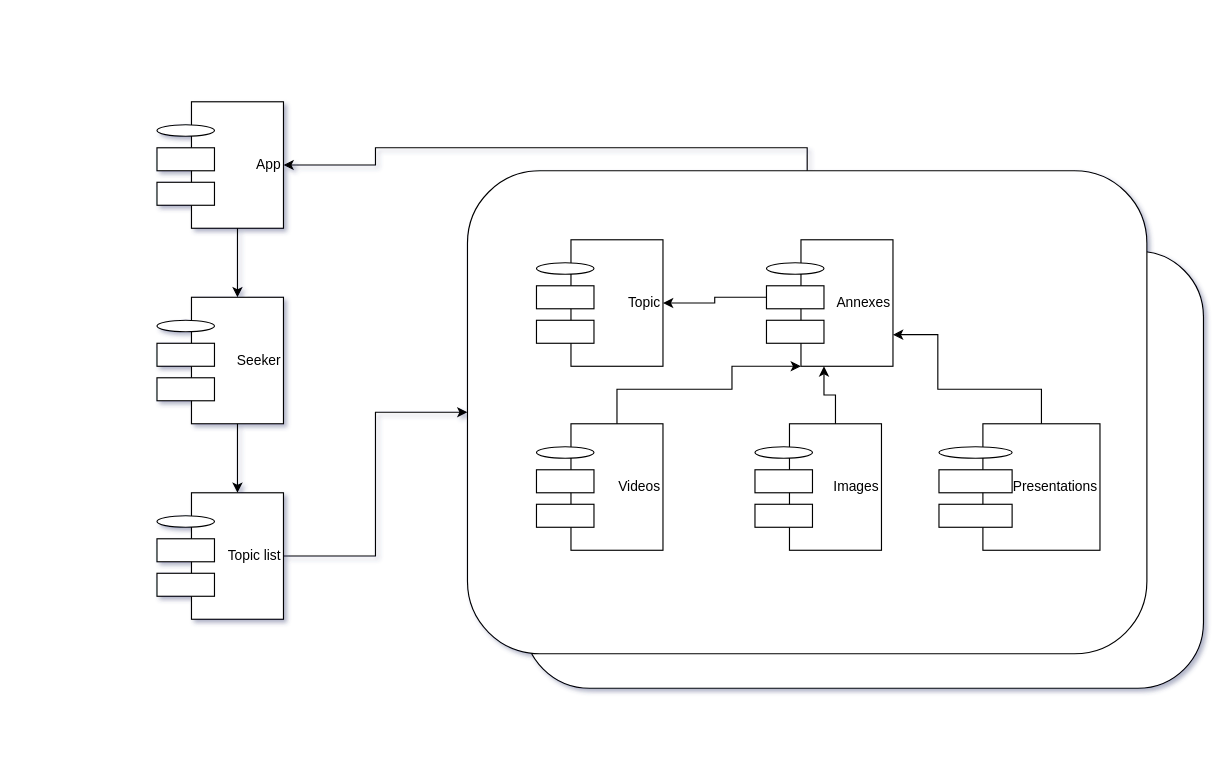
Dany305/Analisis-Avanzado-de-Software keeps this draw.io diagram as diagramas/componente4+1.drawio. Above is the earlier version. Source tidied: cells renumbered, new cells numbered last; positions are measured from the earlier drawing's top-left corner, leaving out a move shared by most shapes. Both pictures are drawn from the tidied source at 115%, with x=0, y=0 at pixel (156, 101). Pictures stored in the file or linked from it are replaced by grey dashed boxes.
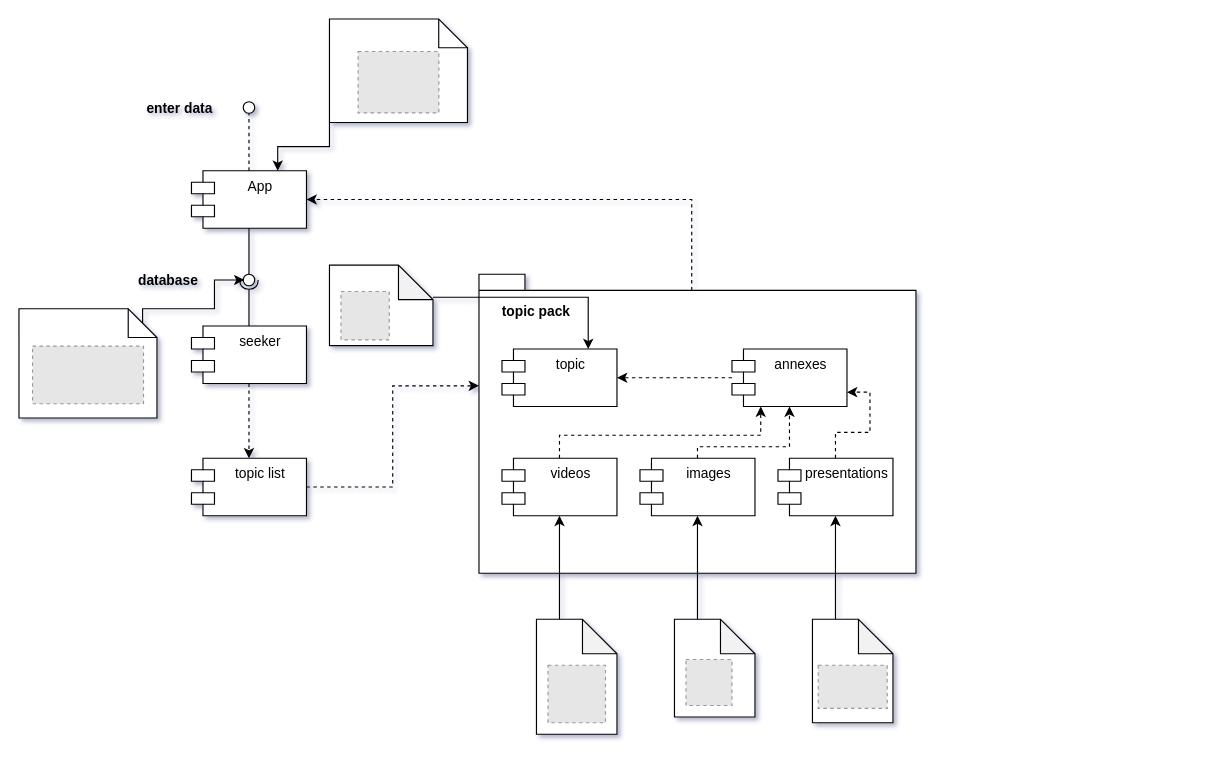
The same diagram, later.

Change to the diagram source:
```diff
@@
-    <mxCell id="2" style="group;" parent="1" vertex="1">
-      <mxGeometry x="270" y="60" width="640" height="490" as="geometry" />
-    </mxCell>
-    <mxCell id="3" style="rounded=1;whiteSpace=wrap;html=1;shadow=0;glass=0;labelBackgroundColor=none;sketch=0;gradientColor=none;" parent="2" vertex="1">
-      <mxGeometry x="49.2" y="70" width="590.8" height="380" as="geometry" />
-    </mxCell>
-    <mxCell id="4" style="rounded=1;whiteSpace=wrap;html=1;shadow=0;glass=0;labelBackgroundColor=none;sketch=0;gradientColor=none;" parent="2" vertex="1">
-      <mxGeometry width="590.8" height="420" as="geometry" />
-    </mxCell>
-    <mxCell id="5" style="group;" parent="1" vertex="1">
-      <mxGeometry width="110" height="110" as="geometry" />
-    </mxCell>
-    <mxCell id="6" value="App&lt;div&gt;&lt;/div&gt;" style="rounded=0;whiteSpace=wrap;html=1;align=right;" parent="5" vertex="1">
-      <mxGeometry x="30" width="80" height="110" as="geometry" />
-    </mxCell>
-    <mxCell id="7" style="ellipse;whiteSpace=wrap;html=1;" parent="5" vertex="1">
-      <mxGeometry y="20" width="50" height="10" as="geometry" />
-    </mxCell>
-    <mxCell id="8" style="rounded=0;whiteSpace=wrap;html=1;" parent="5" vertex="1">
-      <mxGeometry y="40" width="50" height="20" as="geometry" />
-    </mxCell>
-    <mxCell id="9" style="rounded=0;whiteSpace=wrap;html=1;" parent="5" vertex="1">
-      <mxGeometry y="70" width="50" height="20" as="geometry" />
-    </mxCell>
-    <mxCell id="10" style="group;" parent="1" vertex="1">
-      <mxGeometry y="170" width="110" height="110" as="geometry" />
-    </mxCell>
-    <mxCell id="11" value="Seeker&lt;div&gt;&lt;/div&gt;" style="rounded=0;whiteSpace=wrap;html=1;align=right;" parent="10" vertex="1">
-      <mxGeometry x="30" width="80" height="110" as="geometry" />
-    </mxCell>
-    <mxCell id="12" style="ellipse;whiteSpace=wrap;html=1;" parent="10" vertex="1">
-      <mxGeometry y="20" width="50" height="10" as="geometry" />
-    </mxCell>
-    <mxCell id="13" style="rounded=0;whiteSpace=wrap;html=1;" parent="10" vertex="1">
-      <mxGeometry y="40" width="50" height="20" as="geometry" />
-    </mxCell>
-    <mxCell id="14" style="rounded=0;whiteSpace=wrap;html=1;" parent="10" vertex="1">
-      <mxGeometry y="70" width="50" height="20" as="geometry" />
-    </mxCell>
-    <mxCell id="15" style="group;" parent="1" vertex="1">
-      <mxGeometry y="340" width="110" height="110" as="geometry" />
-    </mxCell>
-    <mxCell id="16" value="Topic list&lt;div&gt;&lt;/div&gt;" style="rounded=0;whiteSpace=wrap;html=1;align=right;" parent="15" vertex="1">
-      <mxGeometry x="30" width="80" height="110" as="geometry" />
-    </mxCell>
-    <mxCell id="17" style="ellipse;whiteSpace=wrap;html=1;" parent="15" vertex="1">
-      <mxGeometry y="20" width="50" height="10" as="geometry" />
-    </mxCell>
-    <mxCell id="18" style="rounded=0;whiteSpace=wrap;html=1;" parent="15" vertex="1">
-      <mxGeometry y="40" width="50" height="20" as="geometry" />
-    </mxCell>
-    <mxCell id="19" style="rounded=0;whiteSpace=wrap;html=1;" parent="15" vertex="1">
-      <mxGeometry y="70" width="50" height="20" as="geometry" />
-    </mxCell>
-    <mxCell id="20" style="group;" parent="1" vertex="1">
-      <mxGeometry x="330" y="120" width="110" height="110" as="geometry" />
-    </mxCell>
-    <mxCell id="21" value="Topic&lt;div&gt;&lt;/div&gt;" style="rounded=0;whiteSpace=wrap;html=1;align=right;" parent="20" vertex="1">
-      <mxGeometry x="30" width="80" height="110" as="geometry" />
-    </mxCell>
-    <mxCell id="22" style="ellipse;whiteSpace=wrap;html=1;" parent="20" vertex="1">
-      <mxGeometry y="20" width="50" height="10" as="geometry" />
-    </mxCell>
-    <mxCell id="23" style="rounded=0;whiteSpace=wrap;html=1;" parent="20" vertex="1">
-      <mxGeometry y="40" width="50" height="20" as="geometry" />
-    </mxCell>
-    <mxCell id="24" style="rounded=0;whiteSpace=wrap;html=1;" parent="20" vertex="1">
-      <mxGeometry y="70" width="50" height="20" as="geometry" />
-    </mxCell>
-    <mxCell id="25" style="group;" parent="1" vertex="1">
-      <mxGeometry x="530" y="120" width="110" height="110" as="geometry" />
-    </mxCell>
-    <mxCell id="26" value="Annexes&lt;div&gt;&lt;/div&gt;" style="rounded=0;whiteSpace=wrap;html=1;align=right;" parent="25" vertex="1">
-      <mxGeometry x="30" width="80" height="110" as="geometry" />
-    </mxCell>
-    <mxCell id="27" style="ellipse;whiteSpace=wrap;html=1;" parent="25" vertex="1">
-      <mxGeometry y="20" width="50" height="10" as="geometry" />
-    </mxCell>
-    <mxCell id="28" style="rounded=0;whiteSpace=wrap;html=1;" parent="25" vertex="1">
-      <mxGeometry y="40" width="50" height="20" as="geometry" />
-    </mxCell>
-    <mxCell id="29" style="rounded=0;whiteSpace=wrap;html=1;" parent="25" vertex="1">
-      <mxGeometry y="70" width="50" height="20" as="geometry" />
-    </mxCell>
-    <mxCell id="30" style="group;" parent="1" vertex="1">
-      <mxGeometry x="330" y="280" width="110" height="110" as="geometry" />
-    </mxCell>
-    <mxCell id="31" value="Videos&lt;div&gt;&lt;/div&gt;" style="rounded=0;whiteSpace=wrap;html=1;align=right;" parent="30" vertex="1">
-      <mxGeometry x="30" width="80" height="110" as="geometry" />
-    </mxCell>
-    <mxCell id="32" style="ellipse;whiteSpace=wrap;html=1;" parent="30" vertex="1">
-      <mxGeometry y="20" width="50" height="10" as="geometry" />
-    </mxCell>
-    <mxCell id="33" style="rounded=0;whiteSpace=wrap;html=1;" parent="30" vertex="1">
-      <mxGeometry y="40" width="50" height="20" as="geometry" />
-    </mxCell>
-    <mxCell id="34" style="rounded=0;whiteSpace=wrap;html=1;" parent="30" vertex="1">
-      <mxGeometry y="70" width="50" height="20" as="geometry" />
-    </mxCell>
-    <mxCell id="35" style="group;" parent="1" vertex="1">
-      <mxGeometry x="520" y="280" width="110" height="110" as="geometry" />
-    </mxCell>
-    <mxCell id="36" value="Images&lt;div&gt;&lt;/div&gt;" style="rounded=0;whiteSpace=wrap;html=1;align=right;" parent="35" vertex="1">
-      <mxGeometry x="30" width="80" height="110" as="geometry" />
-    </mxCell>
-    <mxCell id="37" style="ellipse;whiteSpace=wrap;html=1;" parent="35" vertex="1">
-      <mxGeometry y="20" width="50" height="10" as="geometry" />
-    </mxCell>
-    <mxCell id="38" style="rounded=0;whiteSpace=wrap;html=1;" parent="35" vertex="1">
-      <mxGeometry y="40" width="50" height="20" as="geometry" />
-    </mxCell>
-    <mxCell id="39" style="rounded=0;whiteSpace=wrap;html=1;" parent="35" vertex="1">
-      <mxGeometry y="70" width="50" height="20" as="geometry" />
-    </mxCell>
-    <mxCell id="40" style="group;" parent="1" vertex="1">
-      <mxGeometry x="680" y="280" width="140" height="110" as="geometry" />
-    </mxCell>
-    <mxCell id="41" value="Presentations&lt;div&gt;&lt;/div&gt;" style="rounded=0;whiteSpace=wrap;html=1;align=right;" parent="40" vertex="1">
-      <mxGeometry x="38.2" width="101.8" height="110" as="geometry" />
-    </mxCell>
-    <mxCell id="42" style="ellipse;whiteSpace=wrap;html=1;" parent="40" vertex="1">
-      <mxGeometry y="20" width="63.6" height="10" as="geometry" />
-    </mxCell>
-    <mxCell id="43" style="rounded=0;whiteSpace=wrap;html=1;" parent="40" vertex="1">
-      <mxGeometry y="40" width="63.6" height="20" as="geometry" />
-    </mxCell>
-    <mxCell id="44" style="rounded=0;whiteSpace=wrap;html=1;" parent="40" vertex="1">
-      <mxGeometry y="70" width="63.6" height="20" as="geometry" />
-    </mxCell>
-    <mxCell id="45" style="edgeStyle=orthogonalEdgeStyle;rounded=0;jettySize=auto;html=1;entryX=0.5;entryY=0;entryDx=0;entryDy=0;" parent="1" edge="1" source="6" target="11">
-      <mxGeometry relative="1" as="geometry" />
-    </mxCell>
-    <mxCell id="46" style="edgeStyle=orthogonalEdgeStyle;rounded=0;jettySize=auto;html=1;" parent="1" edge="1" source="11" target="16">
-      <mxGeometry relative="1" as="geometry" />
-    </mxCell>
-    <mxCell id="47" style="edgeStyle=orthogonalEdgeStyle;rounded=0;jettySize=auto;html=1;entryX=1;entryY=0.5;entryDx=0;entryDy=0;" parent="1" edge="1" source="28" target="21">
-      <mxGeometry relative="1" as="geometry" />
-    </mxCell>
-    <mxCell id="48" style="edgeStyle=orthogonalEdgeStyle;rounded=0;jettySize=auto;html=1;entryX=0;entryY=1;entryDx=0;entryDy=0;" parent="1" edge="1" source="31" target="26">
-      <mxGeometry relative="1" as="geometry">
-        <Array as="points">
-          <mxPoint x="400" y="250" />
-          <mxPoint x="500" y="250" />
-          <mxPoint x="500" y="230" />
-        </Array>
-      </mxGeometry>
-    </mxCell>
-    <mxCell id="49" style="edgeStyle=orthogonalEdgeStyle;rounded=0;jettySize=auto;html=1;entryX=0.25;entryY=1;entryDx=0;entryDy=0;" parent="1" edge="1" source="36" target="26">
-      <mxGeometry relative="1" as="geometry" />
-    </mxCell>
-    <mxCell id="50" style="edgeStyle=orthogonalEdgeStyle;rounded=0;jettySize=auto;html=1;entryX=1;entryY=0.75;entryDx=0;entryDy=0;" parent="1" edge="1" source="41" target="26">
-      <mxGeometry relative="1" as="geometry">
-        <Array as="points">
-          <mxPoint x="769" y="250" />
-          <mxPoint x="679" y="250" />
-          <mxPoint x="679" y="203" />
-        </Array>
-      </mxGeometry>
-    </mxCell>
-    <mxCell id="51" style="edgeStyle=orthogonalEdgeStyle;rounded=0;jettySize=auto;html=1;entryX=0;entryY=0.5;entryDx=0;entryDy=0;" parent="1" edge="1" source="16" target="4">
-      <mxGeometry relative="1" as="geometry" />
-    </mxCell>
-    <mxCell id="52" style="edgeStyle=orthogonalEdgeStyle;rounded=0;jettySize=auto;html=1;exitX=0.5;exitY=0;exitDx=0;exitDy=0;entryX=1;entryY=0.5;entryDx=0;entryDy=0;" parent="1" edge="1" source="4" target="6">
-      <mxGeometry relative="1" as="geometry" />
+    <mxCell id="52" value="App" style="shape=module;align=left;spacingLeft=20;align=center;verticalAlign=top;" parent="1" vertex="1">
+      <mxGeometry x="30" y="60" width="100" height="50" as="geometry" />
     </mxCell>
+    <mxCell id="53" style="edgeStyle=orthogonalEdgeStyle;rounded=0;jettySize=auto;html=1;entryX=0.5;entryY=0;entryDx=0;entryDy=0;dashed=1;" parent="1" edge="1" source="54" target="58">
+      <mxGeometry relative="1" as="geometry" />
+    </mxCell>
+    <mxCell id="54" value="seeker" style="shape=module;align=left;spacingLeft=20;align=center;verticalAlign=top;" parent="1" vertex="1">
+      <mxGeometry x="30" y="195" width="100" height="50" as="geometry" />
+    </mxCell>
+    <mxCell id="55" style="edgeStyle=orthogonalEdgeStyle;rounded=0;jettySize=auto;html=1;entryX=1;entryY=0.5;entryDx=0;entryDy=0;exitX=0;exitY=0;exitDx=185;exitDy=14;exitPerimeter=0;dashed=1;" parent="1" edge="1" source="56" target="52">
+      <mxGeometry relative="1" as="geometry">
+        <Array as="points">
+          <mxPoint x="465" y="85" />
+        </Array>
+      </mxGeometry>
+    </mxCell>
+    <mxCell id="56" style="shape=folder;fontStyle=1;spacingTop=10;tabWidth=40;tabHeight=14;tabPosition=left;html=1;align=left;" parent="1" vertex="1">
+      <mxGeometry x="280" y="150" width="380" height="260" as="geometry" />
+    </mxCell>
+    <mxCell id="57" style="edgeStyle=orthogonalEdgeStyle;rounded=0;jettySize=auto;html=1;entryX=0;entryY=0;entryDx=0;entryDy=97;entryPerimeter=0;dashed=1;" parent="1" edge="1" source="58" target="56">
+      <mxGeometry relative="1" as="geometry" />
+    </mxCell>
+    <mxCell id="58" value="topic list" style="shape=module;align=left;spacingLeft=20;align=center;verticalAlign=top;" parent="1" vertex="1">
+      <mxGeometry x="30" y="310" width="100" height="50" as="geometry" />
+    </mxCell>
+    <mxCell id="59" value="topic" style="shape=module;align=left;spacingLeft=20;align=center;verticalAlign=top;" parent="1" vertex="1">
+      <mxGeometry x="300" y="215" width="100" height="50" as="geometry" />
+    </mxCell>
+    <mxCell id="60" style="edgeStyle=orthogonalEdgeStyle;rounded=0;jettySize=auto;html=1;entryX=1;entryY=0.5;entryDx=0;entryDy=0;dashed=1;" parent="1" edge="1" source="61" target="59">
+      <mxGeometry relative="1" as="geometry" />
+    </mxCell>
+    <mxCell id="61" value="annexes" style="shape=module;align=left;spacingLeft=20;align=center;verticalAlign=top;" parent="1" vertex="1">
+      <mxGeometry x="500" y="215" width="100" height="50" as="geometry" />
+    </mxCell>
+    <mxCell id="62" style="rounded=0;jettySize=auto;html=1;endArrow=none;endFill=0;exitX=0.5;exitY=1;exitDx=0;exitDy=0;" parent="1" edge="1" source="52" target="64">
+      <mxGeometry relative="1" as="geometry" />
+    </mxCell>
+    <mxCell id="63" style="rounded=0;jettySize=auto;html=1;endArrow=halfCircle;endFill=0;entryX=0.5;entryY=0.5;entryDx=0;entryDy=0;endSize=6;strokeWidth=1;exitX=0.5;exitY=0;exitDx=0;exitDy=0;" parent="1" edge="1" source="54" target="64">
+      <mxGeometry relative="1" as="geometry" />
+    </mxCell>
+    <mxCell id="64" style="ellipse;whiteSpace=wrap;html=1;fontFamily=Helvetica;fontSize=12;fontColor=#000000;align=center;strokeColor=#000000;fillColor=#ffffff;points=[];" parent="1" vertex="1">
+      <mxGeometry x="75" y="150" width="10" height="10" as="geometry" />
+    </mxCell>
+    <mxCell id="65" value="topic pack" style="text;align=center;fontStyle=1;verticalAlign=middle;spacingLeft=3;spacingRight=3;strokeColor=none;" parent="1" vertex="1">
+      <mxGeometry x="290" y="169" width="80" height="26" as="geometry" />
+    </mxCell>
+    <mxCell id="66" style="rounded=0;jettySize=auto;html=1;endArrow=none;endFill=0;dashed=1;exitX=0.5;exitY=0;exitDx=0;exitDy=0;" parent="1" edge="1" source="52" target="67">
+      <mxGeometry relative="1" as="geometry" />
+    </mxCell>
+    <mxCell id="67" style="ellipse;whiteSpace=wrap;html=1;fontFamily=Helvetica;fontSize=12;fontColor=#000000;align=center;strokeColor=#000000;fillColor=#ffffff;points=[];" parent="1" vertex="1">
+      <mxGeometry x="75" width="10" height="10" as="geometry" />
+    </mxCell>
+    <mxCell id="68" value="enter data" style="text;align=center;fontStyle=1;verticalAlign=middle;spacingLeft=3;spacingRight=3;strokeColor=none;" parent="1" vertex="1">
+      <mxGeometry x="-20" y="-8" width="80" height="26" as="geometry" />
+    </mxCell>
+    <mxCell id="69" value="database" style="text;align=center;fontStyle=1;verticalAlign=middle;spacingLeft=3;spacingRight=3;strokeColor=none;" parent="1" vertex="1">
+      <mxGeometry x="-30" y="142" width="80" height="26" as="geometry" />
+    </mxCell>
+    <mxCell id="70" style="edgeStyle=orthogonalEdgeStyle;rounded=0;jettySize=auto;html=1;entryX=0.25;entryY=1;entryDx=0;entryDy=0;dashed=1;" parent="1" edge="1" source="71" target="61">
+      <mxGeometry relative="1" as="geometry">
+        <Array as="points">
+          <mxPoint x="350" y="290" />
+          <mxPoint x="525" y="290" />
+        </Array>
+      </mxGeometry>
+    </mxCell>
+    <mxCell id="71" value="videos" style="shape=module;align=left;spacingLeft=20;align=center;verticalAlign=top;" parent="1" vertex="1">
+      <mxGeometry x="300" y="310" width="100" height="50" as="geometry" />
+    </mxCell>
+    <mxCell id="72" style="edgeStyle=orthogonalEdgeStyle;rounded=0;jettySize=auto;html=1;entryX=0.5;entryY=1;entryDx=0;entryDy=0;dashed=1;" parent="1" edge="1" source="73" target="61">
+      <mxGeometry relative="1" as="geometry">
+        <Array as="points">
+          <mxPoint x="470" y="300" />
+          <mxPoint x="550" y="300" />
+        </Array>
+      </mxGeometry>
+    </mxCell>
+    <mxCell id="73" value="images" style="shape=module;align=left;spacingLeft=20;align=center;verticalAlign=top;" parent="1" vertex="1">
+      <mxGeometry x="420" y="310" width="100" height="50" as="geometry" />
+    </mxCell>
+    <mxCell id="74" style="edgeStyle=orthogonalEdgeStyle;rounded=0;jettySize=auto;html=1;entryX=1;entryY=0.75;entryDx=0;entryDy=0;dashed=1;" parent="1" edge="1" source="75" target="61">
+      <mxGeometry relative="1" as="geometry" />
+    </mxCell>
+    <mxCell id="75" value="presentations" style="shape=module;align=left;spacingLeft=20;align=center;verticalAlign=top;" parent="1" vertex="1">
+      <mxGeometry x="540" y="310" width="100" height="50" as="geometry" />
+    </mxCell>
+    <mxCell id="76" style="group;" parent="1" vertex="1">
+      <mxGeometry x="150" y="142" width="90" height="70" as="geometry" />
+    </mxCell>
+    <mxCell id="77" style="shape=note;whiteSpace=wrap;html=1;backgroundOutline=1;darkOpacity=0.05;" parent="76" vertex="1">
+      <mxGeometry width="90" height="70" as="geometry" />
+    </mxCell>
+    <mxCell id="78" style="fillColor=#E6E6E6;strokeColor=#999999;dashed=1;verticalLabelPosition=bottom;verticalAlign=top;" parent="76" vertex="1">
+      <mxGeometry x="10" y="23" width="42" height="42" as="geometry" />
+    </mxCell>
+    <mxCell id="79" style="edgeStyle=orthogonalEdgeStyle;rounded=0;jettySize=auto;html=1;entryX=0.75;entryY=0;entryDx=0;entryDy=0;" parent="1" edge="1" source="77" target="59">
+      <mxGeometry relative="1" as="geometry">
+        <Array as="points">
+          <mxPoint x="375" y="170" />
+        </Array>
+      </mxGeometry>
+    </mxCell>
+    <mxCell id="80" style="group;" parent="1" vertex="1">
+      <mxGeometry x="570" y="450" width="70" height="90" as="geometry" />
+    </mxCell>
+    <mxCell id="81" style="shape=note;whiteSpace=wrap;html=1;backgroundOutline=1;darkOpacity=0.05;" parent="80" vertex="1">
+      <mxGeometry width="70" height="90" as="geometry" />
+    </mxCell>
+    <mxCell id="82" style="fillColor=#E6E6E6;strokeColor=#999999;dashed=1;verticalLabelPosition=bottom;verticalAlign=top;" parent="80" vertex="1">
+      <mxGeometry x="5" y="40" width="60" height="37.5" as="geometry" />
+    </mxCell>
+    <mxCell id="83" style="group;" parent="1" vertex="1">
+      <mxGeometry x="450" y="450" width="70" height="85" as="geometry" />
+    </mxCell>
+    <mxCell id="84" style="shape=note;whiteSpace=wrap;html=1;backgroundOutline=1;darkOpacity=0.05;" parent="83" vertex="1">
+      <mxGeometry width="70" height="85" as="geometry" />
+    </mxCell>
+    <mxCell id="85" style="fillColor=#E6E6E6;strokeColor=#999999;dashed=1;verticalLabelPosition=bottom;verticalAlign=top;" parent="83" vertex="1">
+      <mxGeometry x="10" y="35" width="40" height="40" as="geometry" />
+    </mxCell>
+    <mxCell id="86" style="group;" parent="1" vertex="1">
+      <mxGeometry x="330" y="450" width="70" height="100" as="geometry" />
+    </mxCell>
+    <mxCell id="87" style="shape=note;whiteSpace=wrap;html=1;backgroundOutline=1;darkOpacity=0.05;" parent="86" vertex="1">
+      <mxGeometry width="70" height="100" as="geometry" />
+    </mxCell>
+    <mxCell id="88" style="fillColor=#E6E6E6;strokeColor=#999999;dashed=1;verticalLabelPosition=bottom;verticalAlign=top;" parent="86" vertex="1">
+      <mxGeometry x="10" y="40" width="50" height="50" as="geometry" />
+    </mxCell>
+    <mxCell id="89" style="edgeStyle=orthogonalEdgeStyle;rounded=0;jettySize=auto;html=1;entryX=0.5;entryY=1;entryDx=0;entryDy=0;exitX=0;exitY=0;exitDx=20;exitDy=0;exitPerimeter=0;" parent="1" edge="1" source="87" target="71">
+      <mxGeometry relative="1" as="geometry" />
+    </mxCell>
+    <mxCell id="90" style="edgeStyle=orthogonalEdgeStyle;rounded=0;jettySize=auto;html=1;exitX=0;exitY=0;exitDx=20;exitDy=0;exitPerimeter=0;" parent="1" edge="1" source="84" target="73">
+      <mxGeometry relative="1" as="geometry" />
+    </mxCell>
+    <mxCell id="91" style="edgeStyle=orthogonalEdgeStyle;rounded=0;jettySize=auto;html=1;exitX=0;exitY=0;exitDx=20;exitDy=0;exitPerimeter=0;entryX=0.5;entryY=1;entryDx=0;entryDy=0;" parent="1" edge="1" source="81" target="75">
+      <mxGeometry relative="1" as="geometry" />
+    </mxCell>
+    <mxCell id="92" style="group;" parent="1" vertex="1">
+      <mxGeometry x="-120" y="180" width="120" height="95" as="geometry" />
+    </mxCell>
+    <mxCell id="93" style="shape=note2;boundedLbl=1;whiteSpace=wrap;html=1;size=25;verticalAlign=top;align=center;" parent="92" vertex="1">
+      <mxGeometry width="120" height="95" as="geometry" />
+    </mxCell>
+    <mxCell id="94" style="fillColor=#E6E6E6;strokeColor=#999999;dashed=1;verticalLabelPosition=bottom;verticalAlign=top;" parent="92" vertex="1">
+      <mxGeometry x="11.8" y="32.5" width="96.5" height="50.1" as="geometry" />
+    </mxCell>
+    <mxCell id="95" style="edgeStyle=orthogonalEdgeStyle;rounded=0;jettySize=auto;html=1;exitX=0;exitY=0;exitDx=107.5;exitDy=12.5;exitPerimeter=0;entryX=0.1;entryY=0.5;entryDx=0;entryDy=0;entryPerimeter=0;" parent="1" edge="1" source="93" target="64">
+      <mxGeometry relative="1" as="geometry">
+        <Array as="points">
+          <mxPoint x="-12" y="180" />
+          <mxPoint x="50" y="180" />
+          <mxPoint x="50" y="155" />
+        </Array>
+      </mxGeometry>
+    </mxCell>
+    <mxCell id="96" style="group;" parent="1" vertex="1">
+      <mxGeometry x="150" y="-72" width="120" height="90" as="geometry" />
+    </mxCell>
+    <mxCell id="97" style="shape=note2;boundedLbl=1;whiteSpace=wrap;html=1;size=25;verticalAlign=top;align=center;" parent="96" vertex="1">
+      <mxGeometry width="120" height="90" as="geometry" />
+    </mxCell>
+    <mxCell id="98" style="fillColor=#E6E6E6;strokeColor=#999999;dashed=1;verticalLabelPosition=bottom;verticalAlign=top;" parent="96" vertex="1">
+      <mxGeometry x="24.9" y="28.3" width="70.2" height="53.4" as="geometry" />
+    </mxCell>
+    <mxCell id="99" style="edgeStyle=orthogonalEdgeStyle;rounded=0;jettySize=auto;html=1;exitX=0;exitY=1;exitDx=0;exitDy=0;exitPerimeter=0;entryX=0.75;entryY=0;entryDx=0;entryDy=0;" parent="1" edge="1" source="97" target="52">
+      <mxGeometry relative="1" as="geometry" />
+    </mxCell>
```
